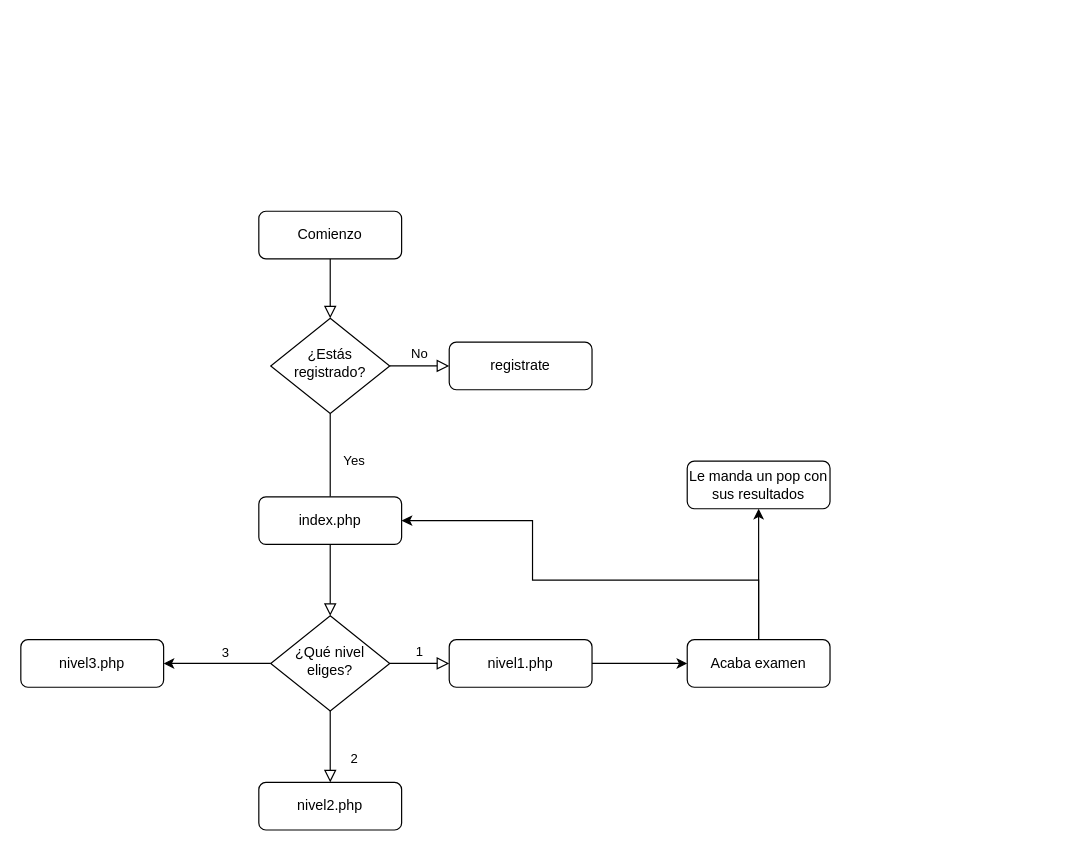
Earlier version of the draw.io diagram casos de uso.drawio (Diego3207/Examen-Matematicas). Source tidied: cells renumbered, new cells numbered last; positions are measured from the earlier drawing's top-left corner, leaving out a move shared by most shapes. Both pictures are drawn from the tidied source at 119%, with x=0, y=0 at pixel (20, 211).
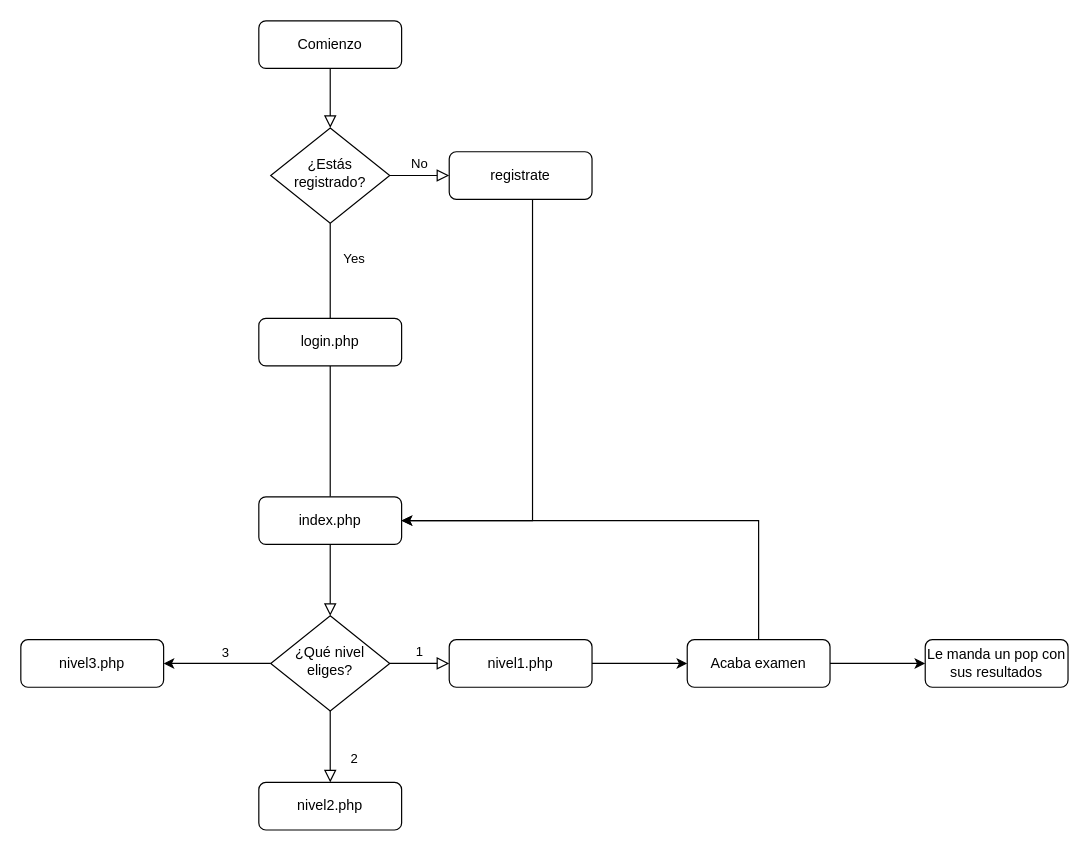
The same diagram, later.

Unchanged cells that the change refers to:
```xml
<mxCell id="12" value="¿Qué nivel eliges?" style="rhombus;whiteSpace=wrap;html=1;shadow=0;fontFamily=Helvetica;fontSize=12;align=center;strokeWidth=1;spacing=6;spacingTop=-4;" parent="1" vertex="1">
  <mxGeometry x="210" y="340" width="100" height="80" as="geometry" />
</mxCell>
<mxCell id="17" value="index.php" style="rounded=1;whiteSpace=wrap;html=1;fontSize=12;glass=0;strokeWidth=1;shadow=0;" parent="1" vertex="1">
  <mxGeometry x="200" y="240" width="120" height="40" as="geometry" />
</mxCell>
<mxCell id="21" value="Acaba examen" style="rounded=1;whiteSpace=wrap;html=1;fontSize=12;glass=0;strokeWidth=1;shadow=0;" parent="1" vertex="1">
  <mxGeometry x="560" y="360" width="120" height="40" as="geometry" />
</mxCell>
```

Change to the diagram source:
```diff
@@
     <mxCell id="3" value="Comienzo" style="rounded=1;whiteSpace=wrap;html=1;fontSize=12;glass=0;strokeWidth=1;shadow=0;" parent="1" vertex="1">
-      <mxGeometry x="200" width="120" height="40" as="geometry" />
+      <mxGeometry x="200" y="-160" width="120" height="40" as="geometry" />
     </mxCell>
     <mxCell id="4" value="Yes" style="rounded=0;html=1;jettySize=auto;fontSize=11;endArrow=block;endFill=0;endSize=8;strokeWidth=1;shadow=0;labelBackgroundColor=none;edgeStyle=orthogonalEdgeStyle;startArrow=none;" parent="1" edge="1" source="17" target="12">
-      <mxGeometry x="-1" y="73" relative="1" as="geometry">
-        <mxPoint x="-53" y="-70" as="offset" />
+      <mxGeometry x="-1" y="241" relative="1" as="geometry">
+        <mxPoint x="-221" y="-240" as="offset" />
       </mxGeometry>
     </mxCell>
@@
     <mxCell id="6" value="¿Estás registrado?" style="rhombus;whiteSpace=wrap;html=1;shadow=0;fontFamily=Helvetica;fontSize=12;align=center;strokeWidth=1;spacing=6;spacingTop=-4;" parent="1" vertex="1">
-      <mxGeometry x="210" y="90" width="100" height="80" as="geometry" />
+      <mxGeometry x="210" y="-70" width="100" height="80" as="geometry" />
     </mxCell>
+    <mxCell id="23" style="edgeStyle=orthogonalEdgeStyle;rounded=0;jettySize=auto;html=1;" parent="1" edge="1" source="7" target="17">
+      <mxGeometry relative="1" as="geometry">
+        <Array as="points">
+          <mxPoint x="430" y="260" />
+        </Array>
+      </mxGeometry>
+    </mxCell>
     <mxCell id="7" value="registrate" style="rounded=1;whiteSpace=wrap;html=1;fontSize=12;glass=0;strokeWidth=1;shadow=0;" parent="1" vertex="1">
-      <mxGeometry x="360" y="110" width="120" height="40" as="geometry" />
+      <mxGeometry x="360" y="-50" width="120" height="40" as="geometry" />
     </mxCell>
@@
-    <mxCell id="19" style="edgeStyle=orthogonalEdgeStyle;rounded=0;jettySize=auto;html=1;entryX=0.5;entryY=1;entryDx=0;entryDy=0;" parent="1" edge="1" source="21" target="22">
+    <mxCell id="19" style="edgeStyle=orthogonalEdgeStyle;rounded=0;jettySize=auto;html=1;entryX=0;entryY=0.5;entryDx=0;entryDy=0;" parent="1" edge="1" source="21" target="22">
       <mxGeometry relative="1" as="geometry" />
     </mxCell>
     <mxCell id="20" style="edgeStyle=orthogonalEdgeStyle;rounded=0;jettySize=auto;html=1;entryX=1;entryY=0.5;entryDx=0;entryDy=0;" parent="1" edge="1" source="21" target="17">
       <mxGeometry relative="1" as="geometry">
         <Array as="points">
-          <mxPoint x="620" y="310" />
-          <mxPoint x="430" y="310" />
-          <mxPoint x="430" y="260" />
+          <mxPoint x="620" y="260" />
         </Array>
       </mxGeometry>
     </mxCell>
@@
     <mxCell id="22" value="Le manda un pop con sus resultados" style="rounded=1;whiteSpace=wrap;html=1;fontSize=12;glass=0;strokeWidth=1;shadow=0;" parent="1" vertex="1">
-      <mxGeometry x="560" y="210" width="120" height="40" as="geometry" />
+      <mxGeometry x="760" y="360" width="120" height="40" as="geometry" />
     </mxCell>
+    <mxCell id="24" value="login.php" style="rounded=1;whiteSpace=wrap;html=1;fontSize=12;glass=0;strokeWidth=1;shadow=0;" parent="1" vertex="1">
+      <mxGeometry x="200" y="90" width="120" height="40" as="geometry" />
+    </mxCell>
```
